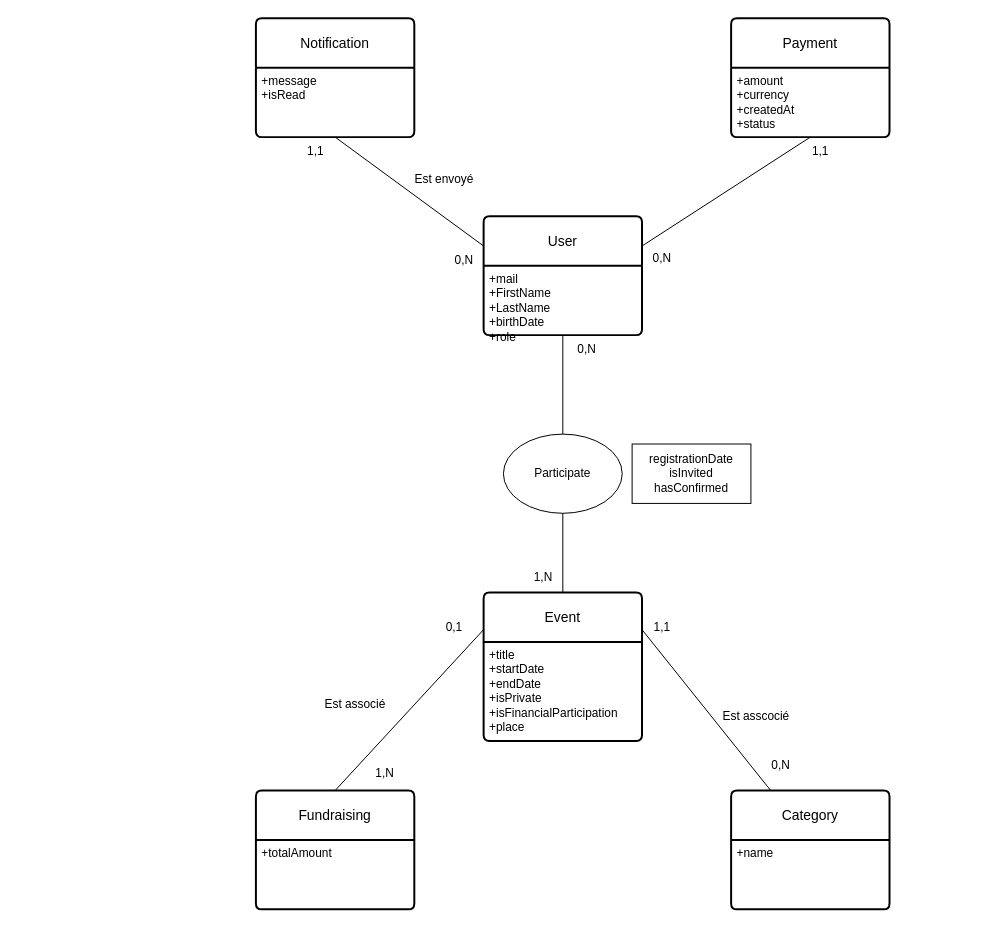
The draw.io diagram Diagramme sans nom.drawio in leabgt/FriendEventManager, before the edit. Source tidied: cells renumbered, new cells numbered last; positions are measured from the earlier drawing's top-left corner, leaving out a move shared by most shapes. Both pictures are drawn from the tidied source at 99%, with x=0, y=0 at pixel (255, 18).
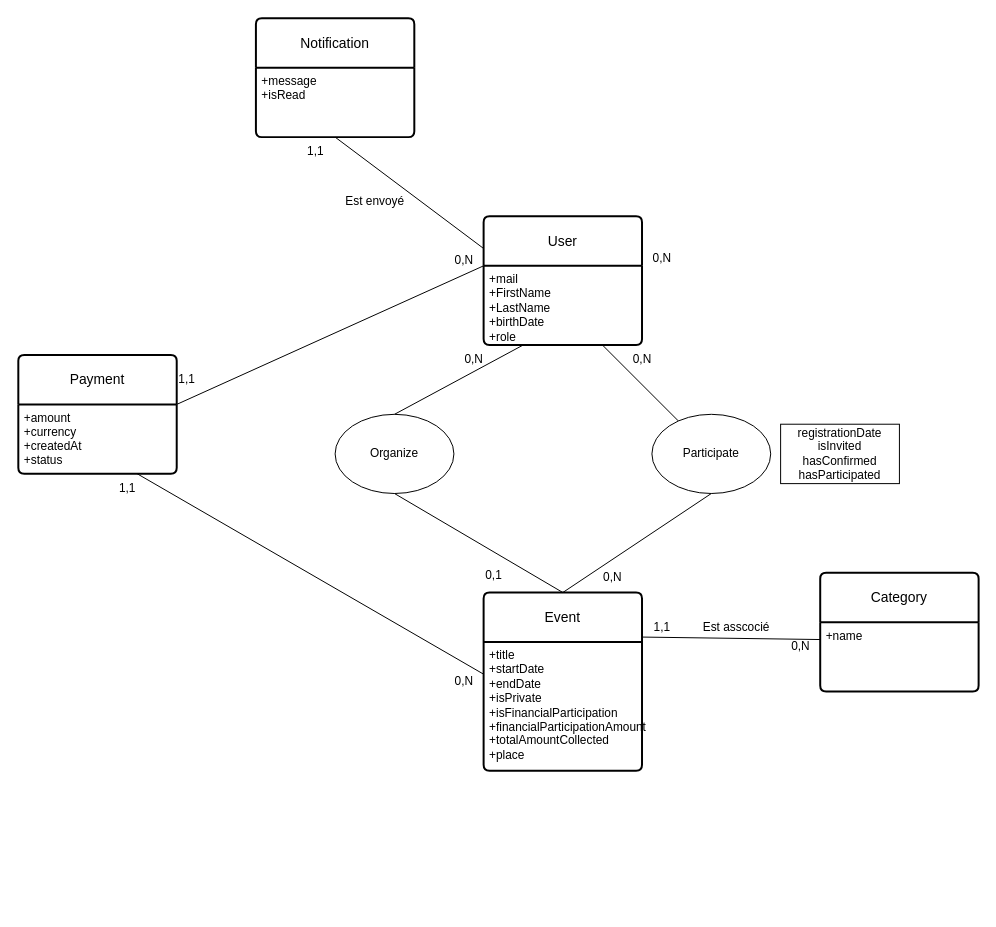
The same page after the edit.

Commit message:
Mettre à jour Diagramme sans nom.drawio

The change refers to these unchanged cells:
```xml
<mxCell id="9" value="+amount&lt;br&gt;+currency&lt;br&gt;+createdAt&lt;br&gt;+status&lt;br&gt;" style="align=left;strokeColor=none;fillColor=none;spacingLeft=4;fontSize=12;verticalAlign=top;html=1;" parent="8" vertex="1">
  <mxGeometry y="50" width="160" height="70" as="geometry" />
</mxCell>
<mxCell id="13" value="+name" style="align=left;strokeColor=none;fillColor=none;spacingLeft=4;fontSize=12;verticalAlign=top;html=1;" parent="12" vertex="1">
  <mxGeometry y="50" width="160" height="70" as="geometry" />
</mxCell>
```

The edit, as a diff of the source:
```diff
@@
     <mxCell id="2" value="User" style="swimlane;horizontal=1;startSize=50;rounded=1;fontSize=14;fontStyle=0;strokeWidth=2;shadow=0;dashed=0;align=center;arcSize=4;whiteSpace=wrap;html=1;" parent="1" vertex="1">
-      <mxGeometry x="230" y="200" width="160" height="120" as="geometry" />
+      <mxGeometry x="230" y="200" width="160" height="130" as="geometry" />
     </mxCell>
     <mxCell id="3" value="+mail&lt;br&gt;+FirstName&lt;br&gt;+LastName&lt;br&gt;+birthDate&lt;br&gt;+role" style="align=left;strokeColor=none;fillColor=none;spacingLeft=4;fontSize=12;verticalAlign=top;html=1;" parent="2" vertex="1">
-      <mxGeometry y="50" width="160" height="70" as="geometry" />
+      <mxGeometry y="50" width="160" height="80" as="geometry" />
     </mxCell>
     <mxCell id="4" value="Event" style="swimlane;horizontal=1;startSize=50;rounded=1;fontSize=14;fontStyle=0;strokeWidth=2;shadow=0;dashed=0;align=center;arcSize=4;whiteSpace=wrap;html=1;" parent="1" vertex="1">
-      <mxGeometry x="230" y="580" width="160" height="150" as="geometry" />
+      <mxGeometry x="230" y="580" width="160" height="180" as="geometry" />
     </mxCell>
-    <mxCell id="5" value="+title&lt;br&gt;+startDate&lt;br&gt;+endDate&lt;br&gt;+isPrivate&lt;br&gt;+isFinancialParticipation&lt;br&gt;+place" style="align=left;strokeColor=none;fillColor=none;spacingLeft=4;fontSize=12;verticalAlign=top;html=1;" parent="4" vertex="1">
-      <mxGeometry y="50" width="160" height="100" as="geometry" />
+    <mxCell id="5" value="+title&lt;br&gt;+startDate&lt;br&gt;+endDate&lt;br&gt;+isPrivate&lt;br&gt;+isFinancialParticipation&lt;br&gt;+financialParticipationAmount&lt;br&gt;+totalAmountCollected&lt;br&gt;+place" style="align=left;strokeColor=none;fillColor=none;spacingLeft=4;fontSize=12;verticalAlign=top;html=1;" parent="4" vertex="1">
+      <mxGeometry y="50" width="160" height="130" as="geometry" />
     </mxCell>
@@
     <mxCell id="8" value="Payment" style="swimlane;horizontal=1;startSize=50;rounded=1;fontSize=14;fontStyle=0;strokeWidth=2;shadow=0;dashed=0;align=center;arcSize=4;whiteSpace=wrap;html=1;" parent="1" vertex="1">
-      <mxGeometry x="480" width="160" height="120" as="geometry" />
+      <mxGeometry x="-240" y="340" width="160" height="120" as="geometry" />
     </mxCell>
@@
-    <mxCell id="10" value="Fundraising" style="swimlane;horizontal=1;startSize=50;rounded=1;fontSize=14;fontStyle=0;strokeWidth=2;shadow=0;dashed=0;align=center;arcSize=4;whiteSpace=wrap;html=1;" parent="1" vertex="1">
-      <mxGeometry y="780" width="160" height="120" as="geometry" />
-    </mxCell>
-    <mxCell id="11" value="+totalAmount" style="align=left;strokeColor=none;fillColor=none;spacingLeft=4;fontSize=12;verticalAlign=top;html=1;" parent="10" vertex="1">
-      <mxGeometry y="50" width="160" height="70" as="geometry" />
-    </mxCell>
     <mxCell id="12" value="Category" style="swimlane;horizontal=1;startSize=50;rounded=1;fontSize=14;fontStyle=0;strokeWidth=2;shadow=0;dashed=0;align=center;arcSize=4;whiteSpace=wrap;html=1;" parent="1" vertex="1">
-      <mxGeometry x="480" y="780" width="160" height="120" as="geometry" />
+      <mxGeometry x="570" y="560" width="160" height="120" as="geometry" />
     </mxCell>
@@
     <mxCell id="14" value="Participate" style="ellipse;whiteSpace=wrap;html=1;" parent="1" vertex="1">
-      <mxGeometry x="250" y="420" width="120" height="80" as="geometry" />
+      <mxGeometry x="400" y="400" width="120" height="80" as="geometry" />
     </mxCell>
-    <mxCell id="15" style="endArrow=none;html=1;rounded=0;entryX=0.5;entryY=1;entryDx=0;entryDy=0;exitX=1;exitY=0.25;exitDx=0;exitDy=0;" parent="1" edge="1" source="2" target="9">
+    <mxCell id="15" style="endArrow=none;html=1;rounded=0;entryX=1;entryY=0;entryDx=0;entryDy=0;exitX=0;exitY=0;exitDx=0;exitDy=0;" parent="1" edge="1" source="3" target="9">
       <mxGeometry relative="1" as="geometry" />
     </mxCell>
@@
     <mxCell id="20" value="1,1" style="text;html=1;align=center;verticalAlign=middle;strokeColor=none;fillColor=none;" parent="1" vertex="1">
-      <mxGeometry x="550" y="120" width="40" height="30" as="geometry" />
+      <mxGeometry x="-90" y="350" width="40" height="30" as="geometry" />
     </mxCell>
-    <mxCell id="21" style="endArrow=none;html=1;rounded=0;entryX=0.5;entryY=1;entryDx=0;entryDy=0;" parent="1" edge="1" source="14" target="3">
+    <mxCell id="21" style="endArrow=none;html=1;rounded=0;" parent="1" edge="1" source="14" target="3">
       <mxGeometry relative="1" as="geometry" />
     </mxCell>
     <mxCell id="22" value="0,N" style="text;html=1;align=center;verticalAlign=middle;strokeColor=none;fillColor=none;" parent="1" vertex="1">
-      <mxGeometry x="314" y="320" width="40" height="30" as="geometry" />
+      <mxGeometry x="370" y="330" width="40" height="30" as="geometry" />
     </mxCell>
@@
-    <mxCell id="24" value="1,N" style="text;html=1;align=center;verticalAlign=middle;strokeColor=none;fillColor=none;" parent="1" vertex="1">
-      <mxGeometry x="270" y="550" width="40" height="30" as="geometry" />
+    <mxCell id="24" value="0,N" style="text;html=1;align=center;verticalAlign=middle;strokeColor=none;fillColor=none;" parent="1" vertex="1">
+      <mxGeometry x="340" y="550" width="40" height="30" as="geometry" />
     </mxCell>
-    <mxCell id="25" style="endArrow=none;html=1;rounded=0;entryX=0;entryY=0.25;entryDx=0;entryDy=0;exitX=0.5;exitY=0;exitDx=0;exitDy=0;" parent="1" edge="1" source="10" target="4">
-      <mxGeometry relative="1" as="geometry" />
-    </mxCell>
-    <mxCell id="26" value="0,1" style="text;html=1;align=center;verticalAlign=middle;strokeColor=none;fillColor=none;" parent="1" vertex="1">
-      <mxGeometry x="180" y="600" width="40" height="30" as="geometry" />
-    </mxCell>
-    <mxCell id="27" value="1,N" style="text;html=1;align=center;verticalAlign=middle;strokeColor=none;fillColor=none;" parent="1" vertex="1">
-      <mxGeometry x="110" y="748" width="40" height="30" as="geometry" />
-    </mxCell>
-    <mxCell id="28" style="endArrow=none;html=1;rounded=0;entryX=1;entryY=0.25;entryDx=0;entryDy=0;exitX=0.25;exitY=0;exitDx=0;exitDy=0;" parent="1" edge="1" source="12" target="4">
+    <mxCell id="28" style="endArrow=none;html=1;rounded=0;entryX=1;entryY=0.25;entryDx=0;entryDy=0;exitX=0;exitY=0.25;exitDx=0;exitDy=0;" parent="1" edge="1" source="13" target="4">
       <mxGeometry relative="1" as="geometry" />
     </mxCell>
@@
     <mxCell id="30" value="0,N" style="text;html=1;align=center;verticalAlign=middle;strokeColor=none;fillColor=none;" parent="1" vertex="1">
-      <mxGeometry x="510" y="740" width="40" height="30" as="geometry" />
+      <mxGeometry x="530" y="620" width="40" height="30" as="geometry" />
     </mxCell>
-    <mxCell id="31" value="registrationDate&lt;br&gt;isInvited&lt;br&gt;hasConfirmed" style="rounded=0;whiteSpace=wrap;html=1;" parent="1" vertex="1">
-      <mxGeometry x="380" y="430" width="120" height="60" as="geometry" />
+    <mxCell id="31" value="registrationDate&lt;br&gt;isInvited&lt;br&gt;hasConfirmed&lt;br&gt;hasParticipated" style="rounded=0;whiteSpace=wrap;html=1;" parent="1" vertex="1">
+      <mxGeometry x="530" y="410" width="120" height="60" as="geometry" />
     </mxCell>
     <mxCell id="32" value="Est envoyé" style="text;html=1;align=center;verticalAlign=middle;strokeColor=none;fillColor=none;" parent="1" vertex="1">
-      <mxGeometry x="150" y="148" width="80" height="30" as="geometry" />
+      <mxGeometry x="80" y="170" width="80" height="30" as="geometry" />
     </mxCell>
     <mxCell id="33" value="Est asscocié" style="text;html=1;align=center;verticalAlign=middle;strokeColor=none;fillColor=none;" parent="1" vertex="1">
-      <mxGeometry x="460" y="690" width="90" height="30" as="geometry" />
+      <mxGeometry x="440" y="600" width="90" height="30" as="geometry" />
     </mxCell>
-    <mxCell id="34" value="Est associé" style="text;html=1;align=center;verticalAlign=middle;strokeColor=none;fillColor=none;" parent="1" vertex="1">
-      <mxGeometry x="60" y="678" width="80" height="30" as="geometry" />
-    </mxCell>
+    <mxCell id="35" value="Organize" style="ellipse;whiteSpace=wrap;html=1;" parent="1" vertex="1">
+      <mxGeometry x="80" y="400" width="120" height="80" as="geometry" />
+    </mxCell>
+    <mxCell id="36" style="endArrow=none;html=1;rounded=0;exitX=0.5;exitY=0;exitDx=0;exitDy=0;entryX=0.25;entryY=1;entryDx=0;entryDy=0;" parent="1" edge="1" source="35" target="3">
+      <mxGeometry relative="1" as="geometry" />
+    </mxCell>
+    <mxCell id="37" style="endArrow=none;html=1;rounded=0;exitX=0.5;exitY=1;exitDx=0;exitDy=0;entryX=0.5;entryY=0;entryDx=0;entryDy=0;" parent="1" edge="1" source="35" target="4">
+      <mxGeometry relative="1" as="geometry" />
+    </mxCell>
+    <mxCell id="26" value="0,1" style="text;html=1;align=center;verticalAlign=middle;strokeColor=none;fillColor=none;" parent="1" vertex="1">
+      <mxGeometry x="220" y="548" width="40" height="30" as="geometry" />
+    </mxCell>
+    <mxCell id="38" value="0,N" style="text;html=1;align=center;verticalAlign=middle;strokeColor=none;fillColor=none;" parent="1" vertex="1">
+      <mxGeometry x="200" y="330" width="40" height="30" as="geometry" />
+    </mxCell>
+    <mxCell id="39" style="endArrow=none;html=1;rounded=0;exitX=0;exitY=0.25;exitDx=0;exitDy=0;" parent="1" edge="1" source="5">
+      <mxGeometry relative="1" as="geometry">
+        <mxPoint x="-120" y="460" as="targetPoint" />
+      </mxGeometry>
+    </mxCell>
+    <mxCell id="40" value="0,N" style="text;html=1;align=center;verticalAlign=middle;strokeColor=none;fillColor=none;" parent="1" vertex="1">
+      <mxGeometry x="190" y="655" width="40" height="30" as="geometry" />
+    </mxCell>
+    <mxCell id="41" value="1,1" style="text;html=1;align=center;verticalAlign=middle;strokeColor=none;fillColor=none;" parent="1" vertex="1">
+      <mxGeometry x="-150" y="460" width="40" height="30" as="geometry" />
+    </mxCell>
```
